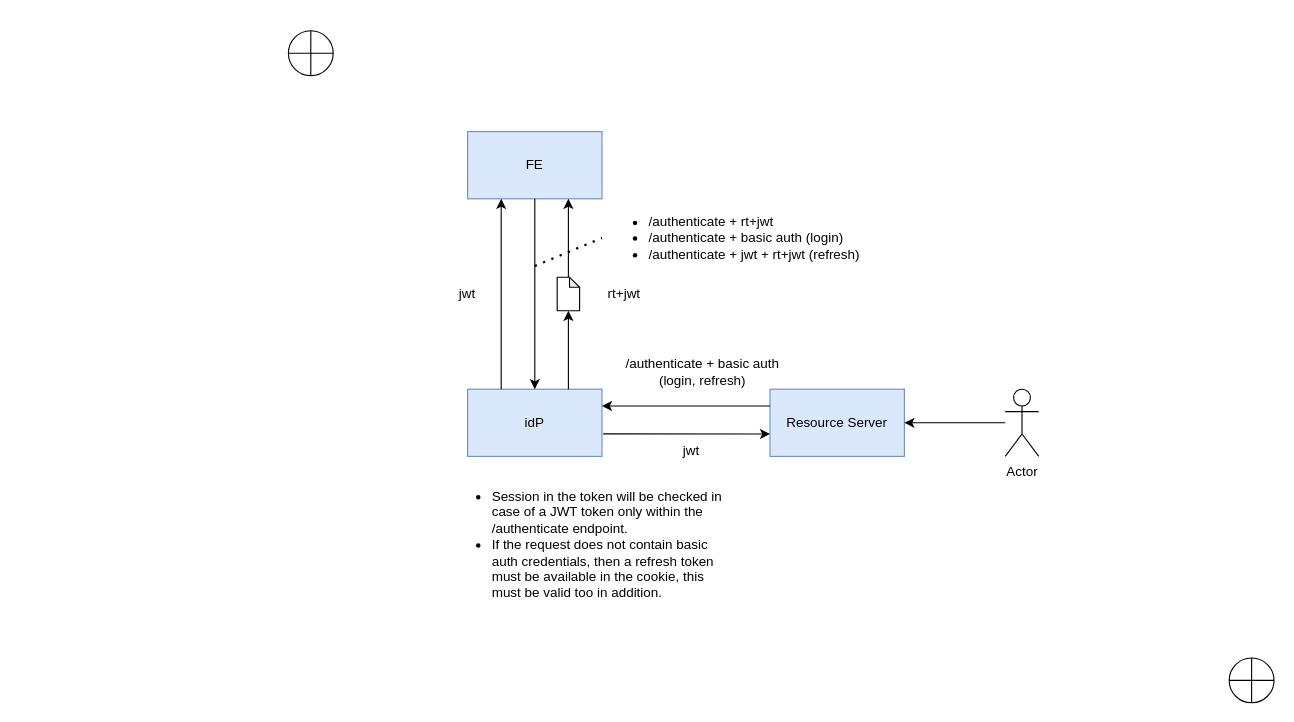
Earlier version of the draw.io diagram docs/idp_architecture.drawio (nagypet/wstemplate). Source tidied: cells renumbered, new cells numbered last; positions are measured from the earlier drawing's top-left corner, leaving out a move shared by most shapes. Both pictures are drawn from the tidied source at 112%, with x=0, y=0 at pixel (288, 30).
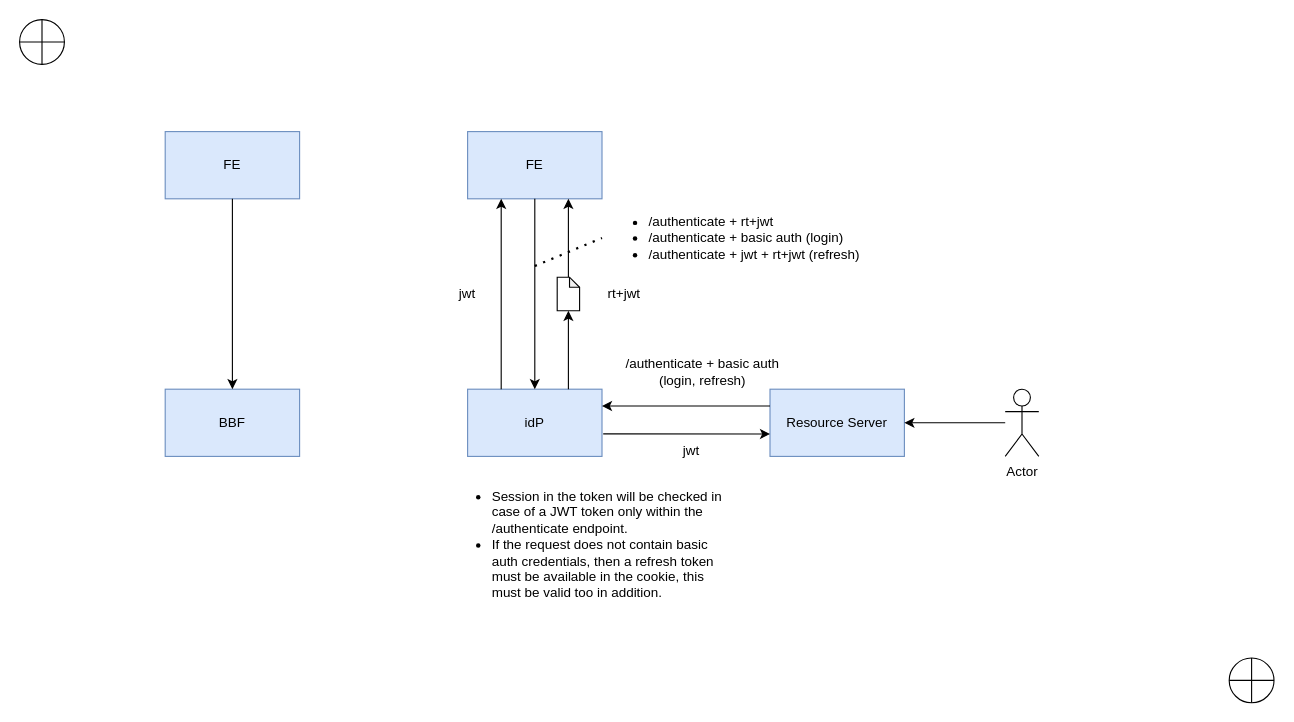
The same diagram, later.

Change to the diagram source:
```diff
@@
     <mxCell id="21" style="shape=orEllipse;perimeter=ellipsePerimeter;whiteSpace=wrap;html=1;backgroundOutline=1;" parent="1" vertex="1">
-      <mxGeometry width="40" height="40" as="geometry" />
+      <mxGeometry x="-240" y="-10" width="40" height="40" as="geometry" />
     </mxCell>
@@
+    <mxCell id="23" value="BBF" style="rounded=0;whiteSpace=wrap;html=1;fillColor=#dae8fc;strokeColor=#6c8ebf;" parent="1" vertex="1">
+      <mxGeometry x="-110" y="320" width="120" height="60" as="geometry" />
+    </mxCell>
+    <mxCell id="24" value="FE" style="rounded=0;whiteSpace=wrap;html=1;fillColor=#dae8fc;strokeColor=#6c8ebf;" parent="1" vertex="1">
+      <mxGeometry x="-110" y="90" width="120" height="60" as="geometry" />
+    </mxCell>
+    <mxCell id="25" style="endArrow=classic;html=1;rounded=0;exitX=0.5;exitY=1;exitDx=0;exitDy=0;" parent="1" edge="1" source="24" target="23">
+      <mxGeometry relative="1" as="geometry" />
+    </mxCell>
```
